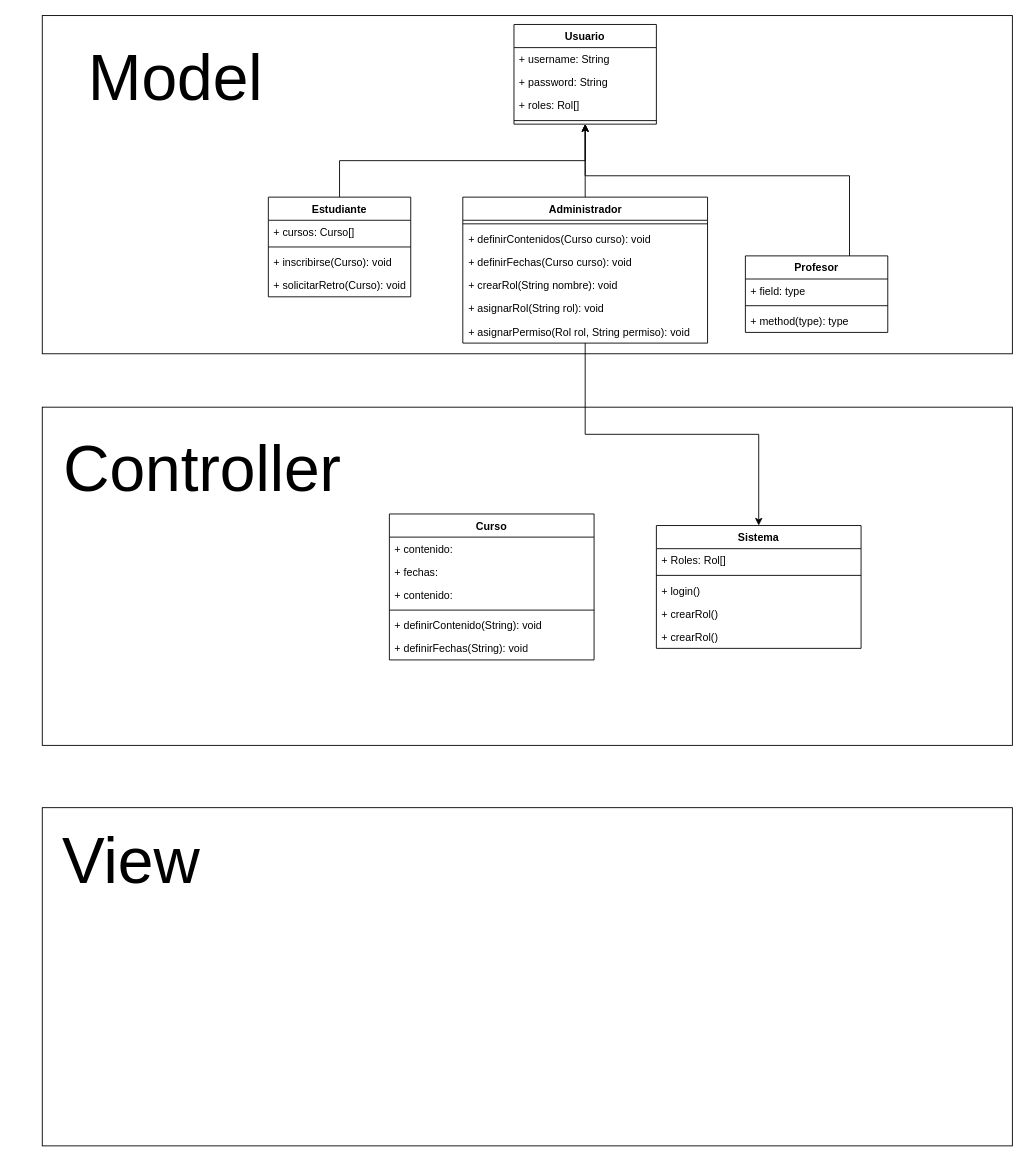
kazp058/Taller04-UML keeps this draw.io diagram as page "Diagrama de clases" (1 of 2) of TallerUML.drawio. Above is the earlier version. Source tidied: cells renumbered, new cells numbered last; positions are measured from the earlier drawing's top-left corner, leaving out a move shared by most shapes. Both pictures are drawn from the tidied source at 89%, with x=0, y=0 at pixel (15, 15).
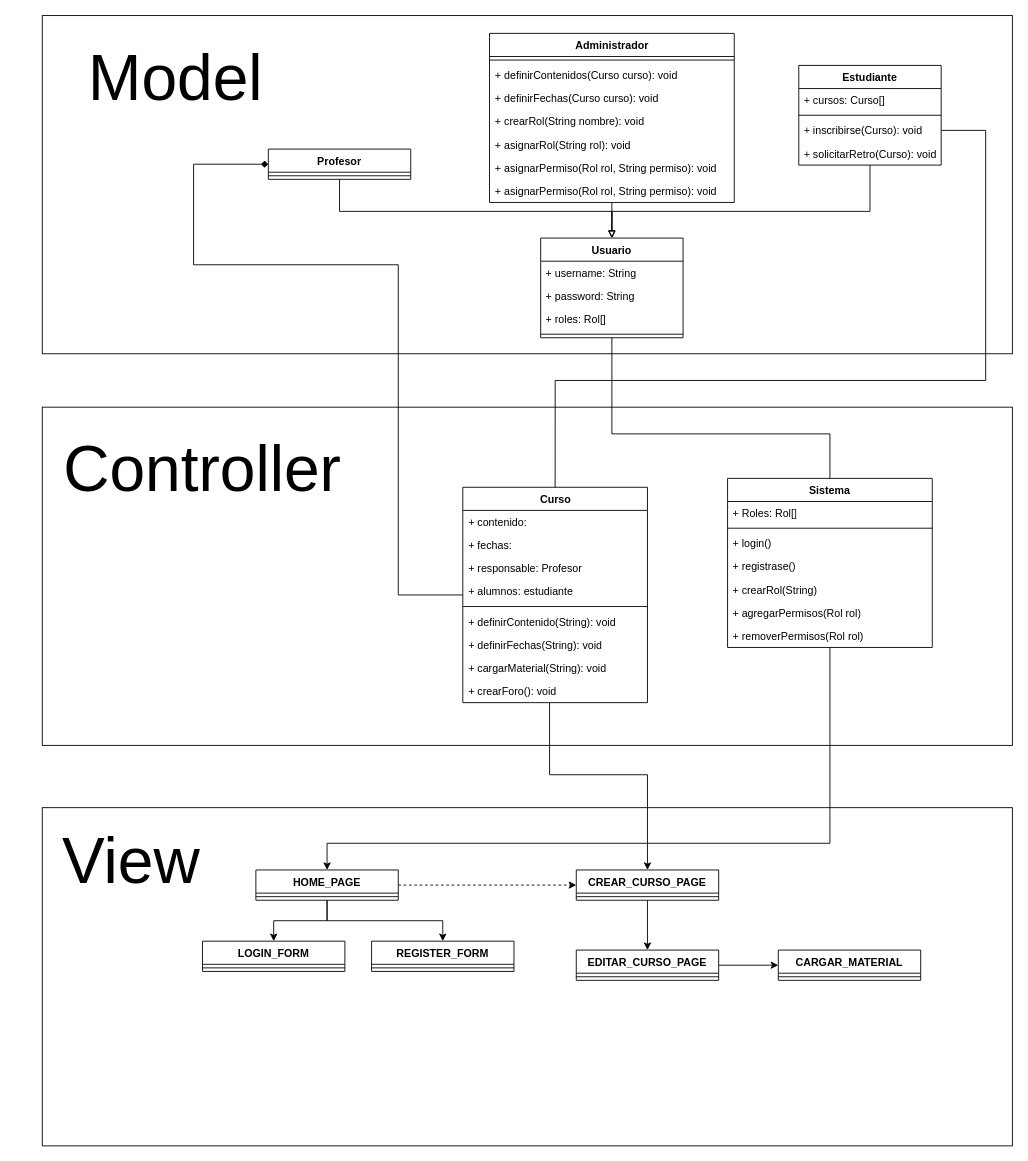
The same page after the edit.

Unchanged cells that the change refers to:
```xml
<mxCell id="12" value="+ inscribirse(Curso): void" style="text;strokeColor=none;fillColor=none;align=left;verticalAlign=top;spacingLeft=4;spacingRight=4;overflow=hidden;points=[[0,0.5],[1,0.5]];portConstraint=eastwest;whiteSpace=wrap;html=1;" parent="9" vertex="1">
  <mxGeometry y="60" width="160" height="26" as="geometry" />
</mxCell>
```

Diff of the diagram source:
```diff
@@
-    <mxCell id="8" style="edgeStyle=orthogonalEdgeStyle;rounded=0;jettySize=auto;html=1;exitX=0.5;exitY=0;exitDx=0;exitDy=0;" parent="1" edge="1" source="9" target="34">
-      <mxGeometry relative="1" as="geometry" />
+    <mxCell id="8" style="edgeStyle=orthogonalEdgeStyle;rounded=0;jettySize=auto;html=1;endArrow=block;endFill=0;" parent="1" edge="1" source="27" target="34">
+      <mxGeometry relative="1" as="geometry">
+        <Array as="points">
+          <mxPoint x="670" y="230" />
+          <mxPoint x="670" y="230" />
+        </Array>
+      </mxGeometry>
     </mxCell>
     <mxCell id="9" value="Estudiante" style="swimlane;fontStyle=1;align=center;verticalAlign=top;horizontal=1;startSize=26;whiteSpace=wrap;html=1;" parent="1" vertex="1">
-      <mxGeometry x="284" y="204" width="160" height="112" as="geometry" />
+      <mxGeometry x="880" y="56" width="160" height="112" as="geometry" />
     </mxCell>
@@
     <mxCell id="14" value="Curso" style="swimlane;fontStyle=1;align=center;verticalAlign=top;horizontal=1;startSize=26;whiteSpace=wrap;html=1;" parent="1" vertex="1">
-      <mxGeometry x="420" y="560" width="230" height="164" as="geometry" />
+      <mxGeometry x="502.5" y="530" width="207.5" height="242" as="geometry" />
     </mxCell>
     <mxCell id="15" value="+ contenido:&amp;nbsp;" style="text;strokeColor=none;fillColor=none;align=left;verticalAlign=top;spacingLeft=4;spacingRight=4;overflow=hidden;whiteSpace=wrap;html=1;" parent="14" vertex="1">
-      <mxGeometry y="26" width="230" height="26" as="geometry" />
+      <mxGeometry y="26" width="207.5" height="26" as="geometry" />
     </mxCell>
     <mxCell id="16" value="+ fechas:&amp;nbsp;" style="text;strokeColor=none;fillColor=none;align=left;verticalAlign=top;spacingLeft=4;spacingRight=4;overflow=hidden;whiteSpace=wrap;html=1;" parent="14" vertex="1">
-      <mxGeometry y="52" width="230" height="26" as="geometry" />
+      <mxGeometry y="52" width="207.5" height="26" as="geometry" />
     </mxCell>
+    <mxCell id="46" value="+ responsable: Profesor" style="text;strokeColor=none;fillColor=none;align=left;verticalAlign=top;spacingLeft=4;spacingRight=4;overflow=hidden;whiteSpace=wrap;html=1;" parent="14" vertex="1">
+      <mxGeometry y="78" width="207.5" height="26" as="geometry" />
+    </mxCell>
-    <mxCell id="17" value="+ contenido:&amp;nbsp;" style="text;strokeColor=none;fillColor=none;align=left;verticalAlign=top;spacingLeft=4;spacingRight=4;overflow=hidden;whiteSpace=wrap;html=1;" parent="14" vertex="1">
-      <mxGeometry y="78" width="230" height="26" as="geometry" />
+    <mxCell id="17" value="+ alumnos: estudiante" style="text;strokeColor=none;fillColor=none;align=left;verticalAlign=top;spacingLeft=4;spacingRight=4;overflow=hidden;whiteSpace=wrap;html=1;" parent="14" vertex="1">
+      <mxGeometry y="104" width="207.5" height="26" as="geometry" />
     </mxCell>
     <mxCell id="18" style="line;strokeWidth=1;fillColor=none;align=left;verticalAlign=middle;spacingTop=-1;spacingLeft=3;spacingRight=3;labelPosition=right;strokeColor=inherit;" parent="14" vertex="1">
-      <mxGeometry y="104" width="230" height="8" as="geometry" />
+      <mxGeometry y="130" width="207.5" height="8" as="geometry" />
     </mxCell>
     <mxCell id="19" value="+ definirContenido(String): void" style="text;strokeColor=none;fillColor=none;align=left;verticalAlign=top;spacingLeft=4;spacingRight=4;overflow=hidden;whiteSpace=wrap;html=1;" parent="14" vertex="1">
-      <mxGeometry y="112" width="230" height="26" as="geometry" />
+      <mxGeometry y="138" width="207.5" height="26" as="geometry" />
     </mxCell>
+    <mxCell id="47" value="+ definirFechas(String): void" style="text;strokeColor=none;fillColor=none;align=left;verticalAlign=top;spacingLeft=4;spacingRight=4;overflow=hidden;whiteSpace=wrap;html=1;" parent="14" vertex="1">
+      <mxGeometry y="164" width="207.5" height="26" as="geometry" />
+    </mxCell>
+    <mxCell id="48" value="+ cargarMaterial(String): void" style="text;strokeColor=none;fillColor=none;align=left;verticalAlign=top;spacingLeft=4;spacingRight=4;overflow=hidden;whiteSpace=wrap;html=1;" parent="14" vertex="1">
+      <mxGeometry y="190" width="207.5" height="26" as="geometry" />
+    </mxCell>
-    <mxCell id="20" value="+ definirFechas(String): void" style="text;strokeColor=none;fillColor=none;align=left;verticalAlign=top;spacingLeft=4;spacingRight=4;overflow=hidden;whiteSpace=wrap;html=1;" parent="14" vertex="1">
-      <mxGeometry y="138" width="230" height="26" as="geometry" />
+    <mxCell id="20" value="+ crearForo(): void" style="text;strokeColor=none;fillColor=none;align=left;verticalAlign=top;spacingLeft=4;spacingRight=4;overflow=hidden;whiteSpace=wrap;html=1;" parent="14" vertex="1">
+      <mxGeometry y="216" width="207.5" height="26" as="geometry" />
     </mxCell>
-    <mxCell id="21" style="edgeStyle=orthogonalEdgeStyle;rounded=0;jettySize=auto;html=1;" parent="1" edge="1" source="22" target="34">
+    <mxCell id="21" style="edgeStyle=orthogonalEdgeStyle;rounded=0;jettySize=auto;html=1;exitX=0.5;exitY=1;exitDx=0;exitDy=0;endArrow=block;endFill=0;entryX=0.5;entryY=0;entryDx=0;entryDy=0;" parent="1" edge="1" source="22" target="34">
       <mxGeometry relative="1" as="geometry">
         <Array as="points">
-          <mxPoint x="937" y="180" />
-          <mxPoint x="640" y="180" />
+          <mxPoint x="364" y="220" />
+          <mxPoint x="670" y="220" />
         </Array>
       </mxGeometry>
     </mxCell>
+    <mxCell id="49" style="edgeStyle=orthogonalEdgeStyle;rounded=0;jettySize=auto;html=1;exitX=0;exitY=0.5;exitDx=0;exitDy=0;endArrow=none;endFill=0;startArrow=diamond;startFill=1;" parent="1" edge="1" source="22" target="14">
+      <mxGeometry relative="1" as="geometry">
+        <Array as="points">
+          <mxPoint x="200" y="167" />
+          <mxPoint x="200" y="280" />
+          <mxPoint x="430" y="280" />
+          <mxPoint x="430" y="651" />
+        </Array>
+      </mxGeometry>
+    </mxCell>
     <mxCell id="22" value="Profesor" style="swimlane;fontStyle=1;align=center;verticalAlign=top;horizontal=1;startSize=26;whiteSpace=wrap;html=1;" parent="1" vertex="1">
-      <mxGeometry x="820" y="270" width="160" height="86" as="geometry" />
+      <mxGeometry x="284" y="150" width="160" height="34" as="geometry" />
     </mxCell>
-    <mxCell id="23" value="+ field: type" style="text;strokeColor=none;fillColor=none;align=left;verticalAlign=top;spacingLeft=4;spacingRight=4;overflow=hidden;whiteSpace=wrap;html=1;" parent="22" vertex="1">
-      <mxGeometry y="26" width="160" height="26" as="geometry" />
-    </mxCell>
     <mxCell id="24" style="line;strokeWidth=1;fillColor=none;align=left;verticalAlign=middle;spacingTop=-1;spacingLeft=3;spacingRight=3;labelPosition=right;strokeColor=inherit;" parent="22" vertex="1">
-      <mxGeometry y="52" width="160" height="8" as="geometry" />
+      <mxGeometry y="26" width="160" height="8" as="geometry" />
     </mxCell>
-    <mxCell id="25" value="+ method(type): type" style="text;strokeColor=none;fillColor=none;align=left;verticalAlign=top;spacingLeft=4;spacingRight=4;overflow=hidden;whiteSpace=wrap;html=1;" parent="22" vertex="1">
-      <mxGeometry y="60" width="160" height="26" as="geometry" />
-    </mxCell>
-    <mxCell id="26" style="edgeStyle=orthogonalEdgeStyle;rounded=0;jettySize=auto;html=1;" parent="1" edge="1" source="27" target="34">
-      <mxGeometry relative="1" as="geometry" />
+    <mxCell id="26" style="edgeStyle=orthogonalEdgeStyle;rounded=0;jettySize=auto;html=1;endArrow=block;endFill=0;entryX=0.5;entryY=0;entryDx=0;entryDy=0;" parent="1" edge="1" source="9" target="34">
+      <mxGeometry relative="1" as="geometry">
+        <Array as="points">
+          <mxPoint x="960" y="220" />
+          <mxPoint x="670" y="220" />
+        </Array>
+      </mxGeometry>
     </mxCell>
     <mxCell id="27" value="Administrador" style="swimlane;fontStyle=1;align=center;verticalAlign=top;horizontal=1;startSize=26;whiteSpace=wrap;html=1;" parent="1" vertex="1">
-      <mxGeometry x="502.5" y="204" width="275" height="164" as="geometry" />
+      <mxGeometry x="532.5" y="20" width="275" height="190" as="geometry" />
     </mxCell>
@@
+    <mxCell id="50" value="+ asignarPermiso(Rol rol, String permiso): void" style="text;strokeColor=none;fillColor=none;align=left;verticalAlign=top;spacingLeft=4;spacingRight=4;overflow=hidden;whiteSpace=wrap;html=1;" parent="27" vertex="1">
+      <mxGeometry y="138" width="275" height="26" as="geometry" />
+    </mxCell>
     <mxCell id="33" value="+ asignarPermiso(Rol rol, String permiso): void" style="text;strokeColor=none;fillColor=none;align=left;verticalAlign=top;spacingLeft=4;spacingRight=4;overflow=hidden;whiteSpace=wrap;html=1;" parent="27" vertex="1">
-      <mxGeometry y="138" width="275" height="26" as="geometry" />
+      <mxGeometry y="164" width="275" height="26" as="geometry" />
     </mxCell>
+    <mxCell id="51" style="edgeStyle=orthogonalEdgeStyle;rounded=0;jettySize=auto;html=1;exitX=0.5;exitY=1;exitDx=0;exitDy=0;endArrow=none;endFill=0;" parent="1" edge="1" source="34" target="39">
+      <mxGeometry relative="1" as="geometry">
+        <Array as="points">
+          <mxPoint x="670" y="470" />
+          <mxPoint x="915" y="470" />
+        </Array>
+      </mxGeometry>
+    </mxCell>
     <mxCell id="34" value="Usuario" style="swimlane;fontStyle=1;align=center;verticalAlign=top;horizontal=1;startSize=26;whiteSpace=wrap;html=1;" parent="1" vertex="1">
-      <mxGeometry x="560" y="10" width="160" height="112" as="geometry" />
+      <mxGeometry x="590" y="250" width="160" height="112" as="geometry" />
     </mxCell>
@@
+    <mxCell id="52" style="edgeStyle=orthogonalEdgeStyle;rounded=0;jettySize=auto;html=1;" parent="1" edge="1" source="39" target="63">
+      <mxGeometry relative="1" as="geometry">
+        <Array as="points">
+          <mxPoint x="915" y="930" />
+          <mxPoint x="350" y="930" />
+        </Array>
+      </mxGeometry>
+    </mxCell>
     <mxCell id="39" value="Sistema" style="swimlane;fontStyle=1;align=center;verticalAlign=top;horizontal=1;startSize=26;whiteSpace=wrap;html=1;" parent="1" vertex="1">
-      <mxGeometry x="720" y="573" width="230" height="138" as="geometry" />
+      <mxGeometry x="800" y="520" width="230" height="190" as="geometry" />
     </mxCell>
@@
+    <mxCell id="53" value="+ registrase()" style="text;strokeColor=none;fillColor=none;align=left;verticalAlign=top;spacingLeft=4;spacingRight=4;overflow=hidden;whiteSpace=wrap;html=1;" parent="39" vertex="1">
+      <mxGeometry y="86" width="230" height="26" as="geometry" />
+    </mxCell>
-    <mxCell id="43" value="+ crearRol()" style="text;strokeColor=none;fillColor=none;align=left;verticalAlign=top;spacingLeft=4;spacingRight=4;overflow=hidden;whiteSpace=wrap;html=1;" parent="39" vertex="1">
-      <mxGeometry y="86" width="230" height="26" as="geometry" />
+    <mxCell id="43" value="+ crearRol(String)" style="text;strokeColor=none;fillColor=none;align=left;verticalAlign=top;spacingLeft=4;spacingRight=4;overflow=hidden;whiteSpace=wrap;html=1;" parent="39" vertex="1">
+      <mxGeometry y="112" width="230" height="26" as="geometry" />
     </mxCell>
-    <mxCell id="44" value="+ crearRol()" style="text;strokeColor=none;fillColor=none;align=left;verticalAlign=top;spacingLeft=4;spacingRight=4;overflow=hidden;whiteSpace=wrap;html=1;" parent="39" vertex="1">
-      <mxGeometry y="112" width="230" height="26" as="geometry" />
+    <mxCell id="44" value="+ agregarPermisos(Rol rol)" style="text;strokeColor=none;fillColor=none;align=left;verticalAlign=top;spacingLeft=4;spacingRight=4;overflow=hidden;whiteSpace=wrap;html=1;" parent="39" vertex="1">
+      <mxGeometry y="138" width="230" height="26" as="geometry" />
     </mxCell>
-    <mxCell id="45" style="edgeStyle=orthogonalEdgeStyle;rounded=0;jettySize=auto;html=1;" parent="1" edge="1" source="27" target="39">
-      <mxGeometry relative="1" as="geometry" />
-    </mxCell>
+    <mxCell id="54" value="+ removerPermisos(Rol rol)" style="text;strokeColor=none;fillColor=none;align=left;verticalAlign=top;spacingLeft=4;spacingRight=4;overflow=hidden;whiteSpace=wrap;html=1;" parent="39" vertex="1">
+      <mxGeometry y="164" width="230" height="26" as="geometry" />
+    </mxCell>
+    <mxCell id="55" style="edgeStyle=orthogonalEdgeStyle;rounded=0;jettySize=auto;html=1;exitX=0.5;exitY=1;exitDx=0;exitDy=0;entryX=0.5;entryY=0;entryDx=0;entryDy=0;" parent="1" edge="1" source="56" target="59">
+      <mxGeometry relative="1" as="geometry" />
+    </mxCell>
+    <mxCell id="56" value="CREAR_CURSO_PAGE" style="swimlane;fontStyle=1;align=center;verticalAlign=top;horizontal=1;startSize=26;whiteSpace=wrap;html=1;" parent="1" vertex="1">
+      <mxGeometry x="630" y="960" width="160" height="34" as="geometry" />
+    </mxCell>
+    <mxCell id="57" style="line;strokeWidth=1;fillColor=none;align=left;verticalAlign=middle;spacingTop=-1;spacingLeft=3;spacingRight=3;labelPosition=right;strokeColor=inherit;" parent="56" vertex="1">
+      <mxGeometry y="26" width="160" height="8" as="geometry" />
+    </mxCell>
+    <mxCell id="58" style="edgeStyle=orthogonalEdgeStyle;rounded=0;jettySize=auto;html=1;exitX=1;exitY=0.5;exitDx=0;exitDy=0;entryX=0;entryY=0.5;entryDx=0;entryDy=0;" parent="1" edge="1" source="59" target="71">
+      <mxGeometry relative="1" as="geometry" />
+    </mxCell>
+    <mxCell id="59" value="EDITAR_CURSO_PAGE" style="swimlane;fontStyle=1;align=center;verticalAlign=top;horizontal=1;startSize=26;whiteSpace=wrap;html=1;" parent="1" vertex="1">
+      <mxGeometry x="630" y="1050" width="160" height="34" as="geometry" />
+    </mxCell>
+    <mxCell id="60" style="line;strokeWidth=1;fillColor=none;align=left;verticalAlign=middle;spacingTop=-1;spacingLeft=3;spacingRight=3;labelPosition=right;strokeColor=inherit;" parent="59" vertex="1">
+      <mxGeometry y="26" width="160" height="8" as="geometry" />
+    </mxCell>
+    <mxCell id="61" style="edgeStyle=orthogonalEdgeStyle;rounded=0;jettySize=auto;html=1;exitX=0.5;exitY=1;exitDx=0;exitDy=0;entryX=0.5;entryY=0;entryDx=0;entryDy=0;" parent="1" edge="1" source="63" target="65">
+      <mxGeometry relative="1" as="geometry" />
+    </mxCell>
+    <mxCell id="62" style="edgeStyle=orthogonalEdgeStyle;rounded=0;jettySize=auto;html=1;exitX=1;exitY=0.5;exitDx=0;exitDy=0;entryX=0;entryY=0.5;entryDx=0;entryDy=0;dashed=1;" parent="1" edge="1" source="63" target="56">
+      <mxGeometry relative="1" as="geometry" />
+    </mxCell>
+    <mxCell id="63" value="HOME_PAGE" style="swimlane;fontStyle=1;align=center;verticalAlign=top;horizontal=1;startSize=26;whiteSpace=wrap;html=1;" parent="1" vertex="1">
+      <mxGeometry x="270" y="960" width="160" height="34" as="geometry" />
+    </mxCell>
+    <mxCell id="64" style="line;strokeWidth=1;fillColor=none;align=left;verticalAlign=middle;spacingTop=-1;spacingLeft=3;spacingRight=3;labelPosition=right;strokeColor=inherit;" parent="63" vertex="1">
+      <mxGeometry y="26" width="160" height="8" as="geometry" />
+    </mxCell>
+    <mxCell id="65" value="LOGIN_FORM" style="swimlane;fontStyle=1;align=center;verticalAlign=top;horizontal=1;startSize=26;whiteSpace=wrap;html=1;" parent="1" vertex="1">
+      <mxGeometry x="210" y="1040" width="160" height="34" as="geometry" />
+    </mxCell>
+    <mxCell id="66" style="line;strokeWidth=1;fillColor=none;align=left;verticalAlign=middle;spacingTop=-1;spacingLeft=3;spacingRight=3;labelPosition=right;strokeColor=inherit;" parent="65" vertex="1">
+      <mxGeometry y="26" width="160" height="8" as="geometry" />
+    </mxCell>
+    <mxCell id="67" style="edgeStyle=orthogonalEdgeStyle;rounded=0;jettySize=auto;html=1;exitX=0.5;exitY=0;exitDx=0;exitDy=0;entryX=0.5;entryY=1;entryDx=0;entryDy=0;startArrow=classic;startFill=1;endArrow=none;endFill=0;" parent="1" edge="1" source="68" target="63">
+      <mxGeometry relative="1" as="geometry" />
+    </mxCell>
+    <mxCell id="68" value="REGISTER_FORM" style="swimlane;fontStyle=1;align=center;verticalAlign=top;horizontal=1;startSize=26;whiteSpace=wrap;html=1;" parent="1" vertex="1">
+      <mxGeometry x="400" y="1040" width="160" height="34" as="geometry" />
+    </mxCell>
+    <mxCell id="69" style="line;strokeWidth=1;fillColor=none;align=left;verticalAlign=middle;spacingTop=-1;spacingLeft=3;spacingRight=3;labelPosition=right;strokeColor=inherit;" parent="68" vertex="1">
+      <mxGeometry y="26" width="160" height="8" as="geometry" />
+    </mxCell>
+    <mxCell id="70" style="edgeStyle=orthogonalEdgeStyle;rounded=0;jettySize=auto;html=1;entryX=0.5;entryY=0;entryDx=0;entryDy=0;" parent="1" edge="1" source="14" target="56">
+      <mxGeometry relative="1" as="geometry">
+        <Array as="points">
+          <mxPoint x="600" y="853" />
+          <mxPoint x="710" y="853" />
+        </Array>
+      </mxGeometry>
+    </mxCell>
+    <mxCell id="71" value="CARGAR_MATERIAL" style="swimlane;fontStyle=1;align=center;verticalAlign=top;horizontal=1;startSize=26;whiteSpace=wrap;html=1;" parent="1" vertex="1">
+      <mxGeometry x="857" y="1050" width="160" height="34" as="geometry" />
+    </mxCell>
+    <mxCell id="72" style="line;strokeWidth=1;fillColor=none;align=left;verticalAlign=middle;spacingTop=-1;spacingLeft=3;spacingRight=3;labelPosition=right;strokeColor=inherit;" parent="71" vertex="1">
+      <mxGeometry y="26" width="160" height="8" as="geometry" />
+    </mxCell>
+    <mxCell id="73" style="edgeStyle=orthogonalEdgeStyle;rounded=0;jettySize=auto;html=1;exitX=1;exitY=0.5;exitDx=0;exitDy=0;entryX=0.5;entryY=0;entryDx=0;entryDy=0;endArrow=none;endFill=0;" parent="1" edge="1" source="12" target="14">
+      <mxGeometry relative="1" as="geometry">
+        <Array as="points">
+          <mxPoint x="1090" y="129" />
+          <mxPoint x="1090" y="410" />
+          <mxPoint x="606" y="410" />
+        </Array>
+      </mxGeometry>
+    </mxCell>
```
